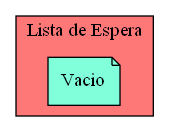
The Graphviz diagram Circular_Doble_espera.png in Serch-ING/EDD_UDRAWING_202000119, before a commit. Its source is kept beside it as Circular_Doble_espera.dot.
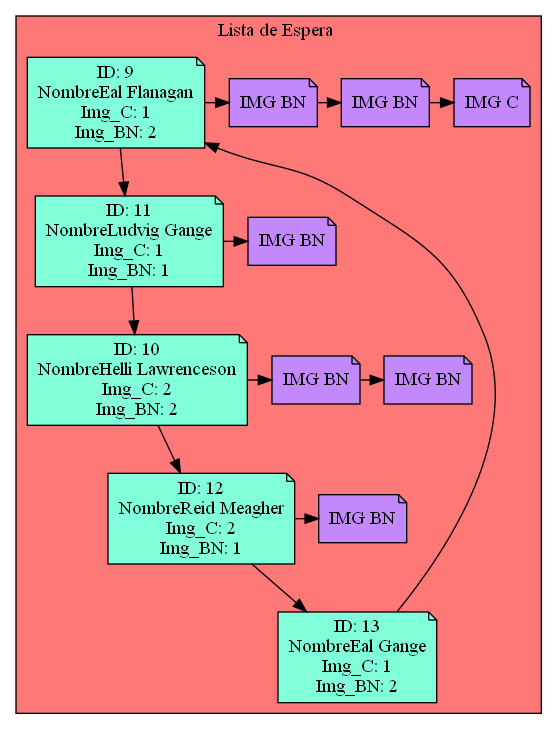
Above is the later version.

The edit, as a diff of the source:
```diff
@@ -1,8 +1,49 @@
 digraph L {
 node[shape=note fillcolor="#A181FF" style =filled]
 subgraph cluster_p{
-    label= "Lista de Espera"
+    label= "Lista de Espera "
     bgcolor = "#FF7878"
-Nodo1008925772[label="Vacio",fillcolor="#81FFDA"]
+Nodo2036127838[label="ID: 9
+NombreEal Flanagan
+Img_C: 1
+Img_BN: 2",fillcolor="#81FFDA"]
+Nodo1645547422[label="ID: 11
+NombreLudvig Gange
+Img_C: 1
+Img_BN: 1",fillcolor="#81FFDA"]
+Nodo440737101[label="ID: 10
+NombreHelli Lawrenceson
+Img_C: 2
+Img_BN: 2",fillcolor="#81FFDA"]
+Nodo1766505436[label="ID: 12
+NombreReid Meagher
+Img_C: 2
+Img_BN: 1",fillcolor="#81FFDA"]
+Nodo899644639[label="ID: 13
+NombreEal Gange
+Img_C: 1
+Img_BN: 2",fillcolor="#81FFDA"]
 
-}}
+Nodo2036127838 -> Nodo1645547422
+Nodo2036127838->Nodo203612783800001
+Nodo203612783800001[label="IMG BN",fillcolor="#C388FC"]Nodo203612783800001->Nodo203612783800002
+Nodo203612783800002[label="IMG BN",fillcolor="#C388FC"]
+Nodo203612783800002->Nodo203612783811111
+Nodo203612783811111[label="IMG C",fillcolor="#C388FC"]
+{rank=same;Nodo2036127838,Nodo203612783800001,Nodo203612783800002,Nodo203612783811111}
+Nodo1645547422 -> Nodo440737101
+Nodo1645547422->Nodo164554742200001
+Nodo164554742200001[label="IMG BN",fillcolor="#C388FC"]
+{rank=same;Nodo1645547422,Nodo164554742200001}
+Nodo440737101 -> Nodo1766505436
+Nodo440737101->Nodo44073710100001
+Nodo44073710100001[label="IMG BN",fillcolor="#C388FC"]Nodo44073710100001->Nodo44073710100002
+Nodo44073710100002[label="IMG BN",fillcolor="#C388FC"]
+{rank=same;Nodo440737101,Nodo44073710100001,Nodo44073710100002}
+Nodo1766505436 -> Nodo899644639
+Nodo1766505436->Nodo176650543600001
+Nodo176650543600001[label="IMG BN",fillcolor="#C388FC"]
+{rank=same;Nodo1766505436,Nodo176650543600001}
+Nodo899644639 -> Nodo2036127838
+
+{rank=same;Nodo899644639}}}
```
